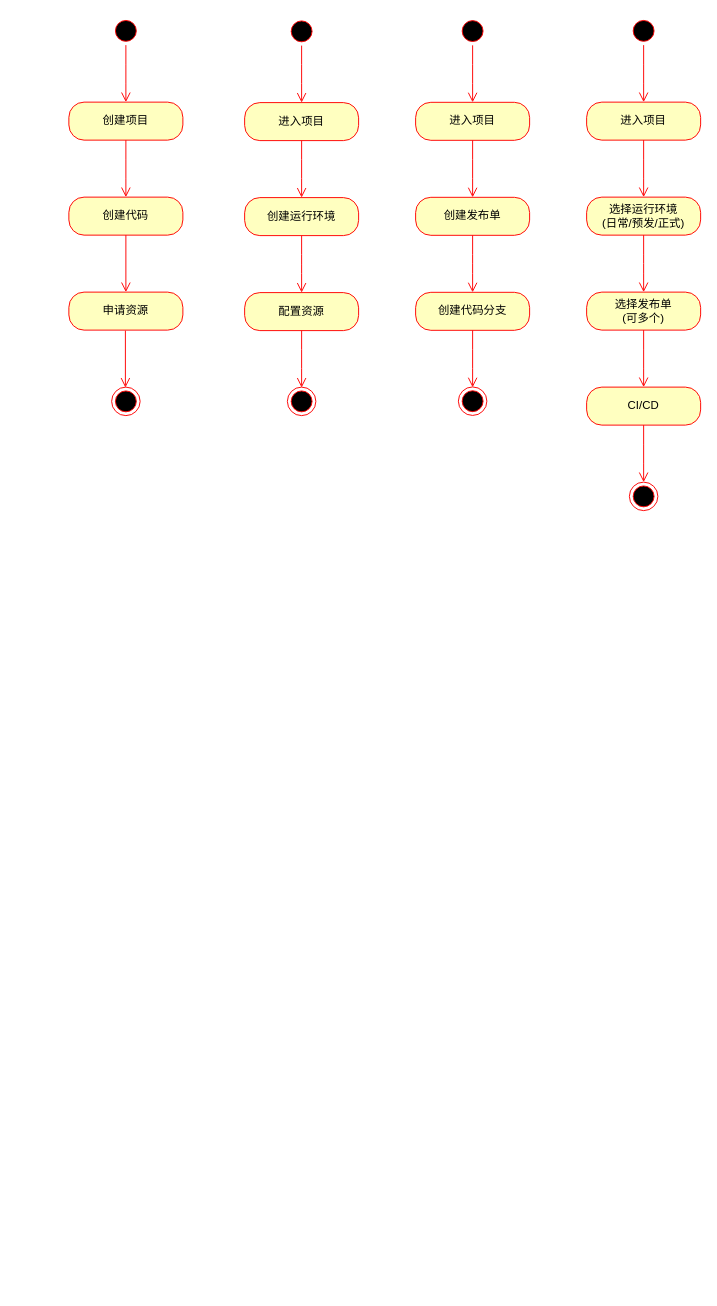
Earlier version of the draw.io diagram oenv.drawio (trey03/draw). Source tidied: cells renumbered, new cells numbered last; positions are measured from the earlier drawing's top-left corner, leaving out a move shared by most shapes. Both pictures are drawn from the tidied source at 95%, with x=0, y=0 at pixel (68, 16).
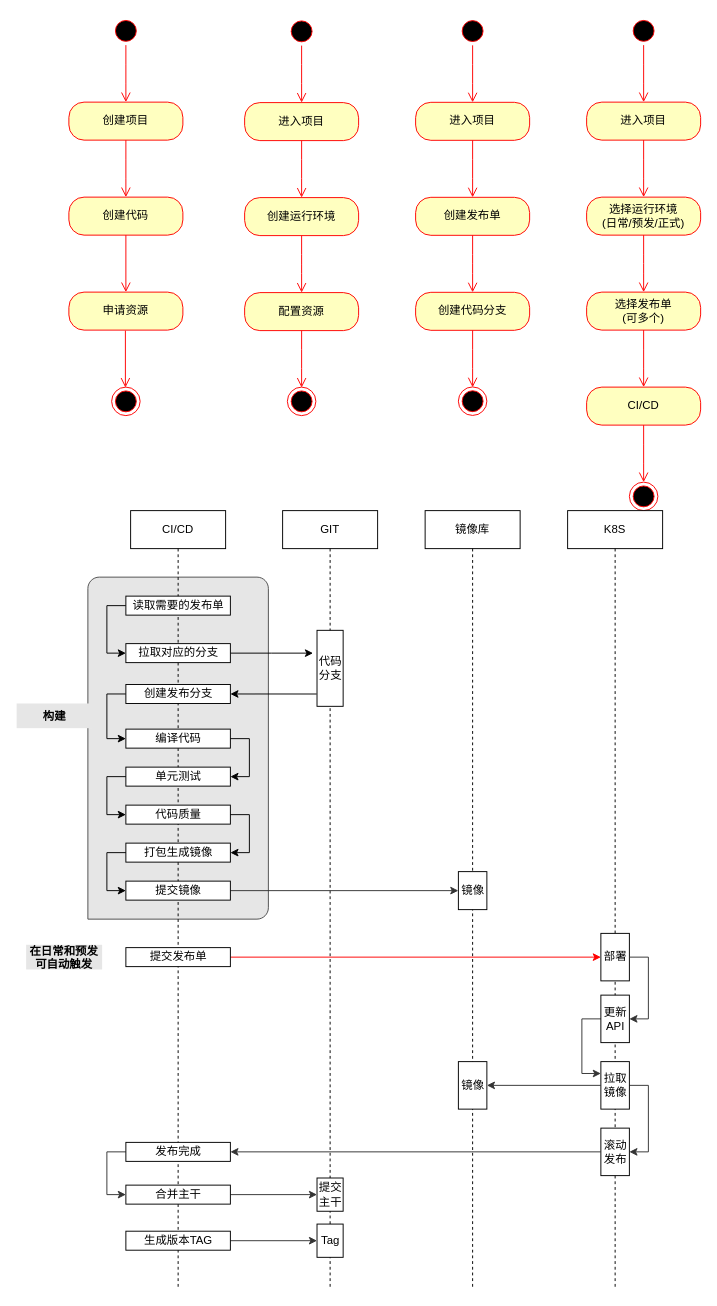
The same diagram, later.

Diff of the diagram source:
```diff
@@
+    <mxCell id="40" style="verticalLabelPosition=bottom;verticalAlign=top;html=1;shape=mxgraph.basic.three_corner_round_rect;dx=6;strokeColor=#4D4D4D;fillColor=#E6E6E6;" parent="1" vertex="1">
+      <mxGeometry x="20" y="590" width="190" height="360" as="geometry" />
+    </mxCell>
@@
+    <mxCell id="41" value="CI/CD" style="shape=umlLifeline;perimeter=lifelinePerimeter;whiteSpace=wrap;html=1;" parent="1" vertex="1">
+      <mxGeometry x="65" y="520" width="100" height="820" as="geometry" />
+    </mxCell>
+    <mxCell id="42" value="GIT" style="shape=umlLifeline;perimeter=lifelinePerimeter;whiteSpace=wrap;html=1;" parent="1" vertex="1">
+      <mxGeometry x="225" y="520" width="100" height="820" as="geometry" />
+    </mxCell>
+    <mxCell id="43" value="代码&lt;br&gt;分支" style="html=1;" parent="42" vertex="1">
+      <mxGeometry x="36.2" y="126" width="27.5" height="80" as="geometry" />
+    </mxCell>
+    <mxCell id="44" value="提交&lt;br&gt;主干" style="html=1;" parent="42" vertex="1">
+      <mxGeometry x="36.2" y="702.5" width="27.5" height="35" as="geometry" />
+    </mxCell>
+    <mxCell id="45" value="Tag" style="html=1;" parent="42" vertex="1">
+      <mxGeometry x="36.2" y="751" width="27.5" height="35" as="geometry" />
+    </mxCell>
+    <mxCell id="46" style="edgeStyle=orthogonalEdgeStyle;rounded=0;jettySize=auto;html=1;entryX=0;entryY=0.5;entryDx=0;entryDy=0;exitX=0;exitY=0.5;exitDx=0;exitDy=0;" parent="1" edge="1" source="47" target="49">
+      <mxGeometry relative="1" as="geometry" />
+    </mxCell>
+    <mxCell id="47" value="读取需要的发布单" style="html=1;" parent="1" vertex="1">
+      <mxGeometry x="60" y="610" width="110" height="20" as="geometry" />
+    </mxCell>
+    <mxCell id="48" style="edgeStyle=orthogonalEdgeStyle;rounded=0;jettySize=auto;html=1;" parent="1" edge="1" source="49">
+      <mxGeometry relative="1" as="geometry">
+        <mxPoint x="257" y="670" as="targetPoint" />
+      </mxGeometry>
+    </mxCell>
+    <mxCell id="49" value="拉取对应的分支" style="html=1;" parent="1" vertex="1">
+      <mxGeometry x="60" y="660" width="110" height="20" as="geometry" />
+    </mxCell>
+    <mxCell id="50" style="edgeStyle=orthogonalEdgeStyle;rounded=0;jettySize=auto;html=1;entryX=0;entryY=0.5;entryDx=0;entryDy=0;exitX=0;exitY=0.5;exitDx=0;exitDy=0;" parent="1" edge="1" source="51" target="53">
+      <mxGeometry relative="1" as="geometry" />
+    </mxCell>
+    <mxCell id="51" value="创建发布分支" style="html=1;" parent="1" vertex="1">
+      <mxGeometry x="60" y="703" width="110" height="20" as="geometry" />
+    </mxCell>
+    <mxCell id="52" style="edgeStyle=orthogonalEdgeStyle;rounded=0;jettySize=auto;html=1;entryX=1;entryY=0.5;entryDx=0;entryDy=0;exitX=-0.014;exitY=0.838;exitDx=0;exitDy=0;exitPerimeter=0;" parent="1" edge="1" source="43" target="51">
+      <mxGeometry relative="1" as="geometry" />
+    </mxCell>
+    <mxCell id="53" value="编译代码" style="html=1;" parent="1" vertex="1">
+      <mxGeometry x="60" y="750" width="110" height="20" as="geometry" />
+    </mxCell>
+    <mxCell id="54" value="单元测试" style="html=1;" parent="1" vertex="1">
+      <mxGeometry x="60" y="790" width="110" height="20" as="geometry" />
+    </mxCell>
+    <mxCell id="55" value="代码质量" style="html=1;" parent="1" vertex="1">
+      <mxGeometry x="60" y="830" width="110" height="20" as="geometry" />
+    </mxCell>
+    <mxCell id="56" value="打包生成镜像" style="html=1;" parent="1" vertex="1">
+      <mxGeometry x="60" y="870" width="110" height="20" as="geometry" />
+    </mxCell>
+    <mxCell id="57" style="edgeStyle=orthogonalEdgeStyle;rounded=0;jettySize=auto;html=1;strokeColor=#333333;entryX=0;entryY=0.5;entryDx=0;entryDy=0;" parent="1" edge="1" source="58" target="64">
+      <mxGeometry relative="1" as="geometry" />
+    </mxCell>
+    <mxCell id="58" value="提交镜像" style="html=1;" parent="1" vertex="1">
+      <mxGeometry x="60" y="910" width="110" height="20" as="geometry" />
+    </mxCell>
+    <mxCell id="59" style="edgeStyle=orthogonalEdgeStyle;rounded=0;jettySize=auto;html=1;entryX=1;entryY=0.5;entryDx=0;entryDy=0;exitX=1;exitY=0.5;exitDx=0;exitDy=0;" parent="1" edge="1" source="53" target="54">
+      <mxGeometry relative="1" as="geometry" />
+    </mxCell>
+    <mxCell id="60" style="edgeStyle=orthogonalEdgeStyle;rounded=0;jettySize=auto;html=1;entryX=0;entryY=0.5;entryDx=0;entryDy=0;exitX=0;exitY=0.5;exitDx=0;exitDy=0;" parent="1" edge="1" source="54" target="55">
+      <mxGeometry relative="1" as="geometry" />
+    </mxCell>
+    <mxCell id="61" style="edgeStyle=orthogonalEdgeStyle;rounded=0;jettySize=auto;html=1;entryX=1;entryY=0.5;entryDx=0;entryDy=0;exitX=1;exitY=0.5;exitDx=0;exitDy=0;" parent="1" edge="1" source="55" target="56">
+      <mxGeometry relative="1" as="geometry" />
+    </mxCell>
+    <mxCell id="62" style="edgeStyle=orthogonalEdgeStyle;rounded=0;jettySize=auto;html=1;entryX=0;entryY=0.5;entryDx=0;entryDy=0;exitX=0;exitY=0.5;exitDx=0;exitDy=0;" parent="1" edge="1" source="56" target="58">
+      <mxGeometry relative="1" as="geometry" />
+    </mxCell>
+    <mxCell id="63" value="镜像库" style="shape=umlLifeline;perimeter=lifelinePerimeter;whiteSpace=wrap;html=1;" parent="1" vertex="1">
+      <mxGeometry x="375" y="520" width="100" height="820" as="geometry" />
+    </mxCell>
+    <mxCell id="64" value="镜像" style="html=1;" parent="63" vertex="1">
+      <mxGeometry x="35" y="380" width="30" height="40" as="geometry" />
+    </mxCell>
+    <mxCell id="65" style="edgeStyle=orthogonalEdgeStyle;rounded=0;jettySize=auto;html=1;strokeColor=#FF0000;entryX=0;entryY=0.5;entryDx=0;entryDy=0;" parent="1" edge="1" source="66" target="68">
+      <mxGeometry relative="1" as="geometry" />
+    </mxCell>
+    <mxCell id="66" value="提交发布单" style="html=1;" parent="1" vertex="1">
+      <mxGeometry x="60" y="980" width="110" height="20" as="geometry" />
+    </mxCell>
+    <mxCell id="67" value="K8S" style="shape=umlLifeline;perimeter=lifelinePerimeter;whiteSpace=wrap;html=1;" parent="1" vertex="1">
+      <mxGeometry x="525" y="520" width="100" height="820" as="geometry" />
+    </mxCell>
+    <mxCell id="68" value="部署" style="html=1;" parent="67" vertex="1">
+      <mxGeometry x="35" y="445" width="30" height="50" as="geometry" />
+    </mxCell>
+    <mxCell id="69" style="edgeStyle=orthogonalEdgeStyle;rounded=0;jettySize=auto;html=1;strokeColor=#333333;entryX=1;entryY=0.5;entryDx=0;entryDy=0;exitX=1;exitY=0.5;exitDx=0;exitDy=0;" parent="67" edge="1" source="70" target="71">
+      <mxGeometry relative="1" as="geometry" />
+    </mxCell>
+    <mxCell id="70" value="拉取&lt;br&gt;镜像" style="html=1;" parent="67" vertex="1">
+      <mxGeometry x="35" y="580" width="30" height="50" as="geometry" />
+    </mxCell>
+    <mxCell id="71" value="滚动&lt;br&gt;发布" style="html=1;" parent="67" vertex="1">
+      <mxGeometry x="35" y="650" width="30" height="50" as="geometry" />
+    </mxCell>
+    <mxCell id="72" value="构建" style="text;align=center;fontStyle=1;verticalAlign=middle;spacingLeft=3;spacingRight=3;strokeColor=none;fillColor=#E6E6E6;" parent="1" vertex="1">
+      <mxGeometry x="-55" y="723" width="80" height="26" as="geometry" />
+    </mxCell>
+    <mxCell id="73" style="edgeStyle=orthogonalEdgeStyle;rounded=0;jettySize=auto;html=1;strokeColor=#333333;entryX=0;entryY=0.25;entryDx=0;entryDy=0;exitX=0;exitY=0.5;exitDx=0;exitDy=0;" parent="1" edge="1" source="74" target="70">
+      <mxGeometry relative="1" as="geometry" />
+    </mxCell>
+    <mxCell id="74" value="更新&lt;br&gt;API" style="html=1;" parent="1" vertex="1">
+      <mxGeometry x="560" y="1030" width="30" height="50" as="geometry" />
+    </mxCell>
+    <mxCell id="75" style="edgeStyle=orthogonalEdgeStyle;rounded=0;jettySize=auto;html=1;strokeColor=#333333;entryX=1;entryY=0.5;entryDx=0;entryDy=0;exitX=1;exitY=0.5;exitDx=0;exitDy=0;" parent="1" edge="1" source="68" target="74">
+      <mxGeometry relative="1" as="geometry" />
+    </mxCell>
+    <mxCell id="76" value="镜像" style="html=1;" parent="1" vertex="1">
+      <mxGeometry x="410" y="1100" width="30" height="50" as="geometry" />
+    </mxCell>
+    <mxCell id="77" style="edgeStyle=orthogonalEdgeStyle;rounded=0;jettySize=auto;html=1;strokeColor=#333333;entryX=1;entryY=0.5;entryDx=0;entryDy=0;" parent="1" edge="1" source="70" target="76">
+      <mxGeometry relative="1" as="geometry" />
+    </mxCell>
+    <mxCell id="78" style="edgeStyle=orthogonalEdgeStyle;rounded=0;jettySize=auto;html=1;strokeColor=#333333;entryX=0;entryY=0.5;entryDx=0;entryDy=0;exitX=0;exitY=0.5;exitDx=0;exitDy=0;" parent="1" edge="1" source="79" target="82">
+      <mxGeometry relative="1" as="geometry" />
+    </mxCell>
+    <mxCell id="79" value="发布完成" style="html=1;" parent="1" vertex="1">
+      <mxGeometry x="60" y="1185" width="110" height="20" as="geometry" />
+    </mxCell>
+    <mxCell id="80" style="edgeStyle=orthogonalEdgeStyle;rounded=0;jettySize=auto;html=1;strokeColor=#333333;entryX=1;entryY=0.5;entryDx=0;entryDy=0;" parent="1" edge="1" source="71" target="79">
+      <mxGeometry relative="1" as="geometry" />
+    </mxCell>
+    <mxCell id="81" style="edgeStyle=orthogonalEdgeStyle;rounded=0;jettySize=auto;html=1;strokeColor=#333333;entryX=0;entryY=0.5;entryDx=0;entryDy=0;" parent="1" edge="1" source="82" target="44">
+      <mxGeometry relative="1" as="geometry" />
+    </mxCell>
+    <mxCell id="82" value="合并主干" style="html=1;" parent="1" vertex="1">
+      <mxGeometry x="60" y="1230" width="110" height="20" as="geometry" />
+    </mxCell>
+    <mxCell id="83" style="edgeStyle=orthogonalEdgeStyle;rounded=0;jettySize=auto;html=1;strokeColor=#333333;entryX=0;entryY=0.5;entryDx=0;entryDy=0;" parent="1" edge="1" source="84" target="45">
+      <mxGeometry relative="1" as="geometry" />
+    </mxCell>
+    <mxCell id="84" value="生成版本TAG" style="html=1;" parent="1" vertex="1">
+      <mxGeometry x="60" y="1278.5" width="110" height="20" as="geometry" />
+    </mxCell>
+    <mxCell id="85" value="在日常和预发&#10;可自动触发" style="text;align=center;fontStyle=1;verticalAlign=middle;spacingLeft=3;spacingRight=3;strokeColor=none;fillColor=#E6E6E6;" parent="1" vertex="1">
+      <mxGeometry x="-45" y="977" width="80" height="26" as="geometry" />
+    </mxCell>
```
